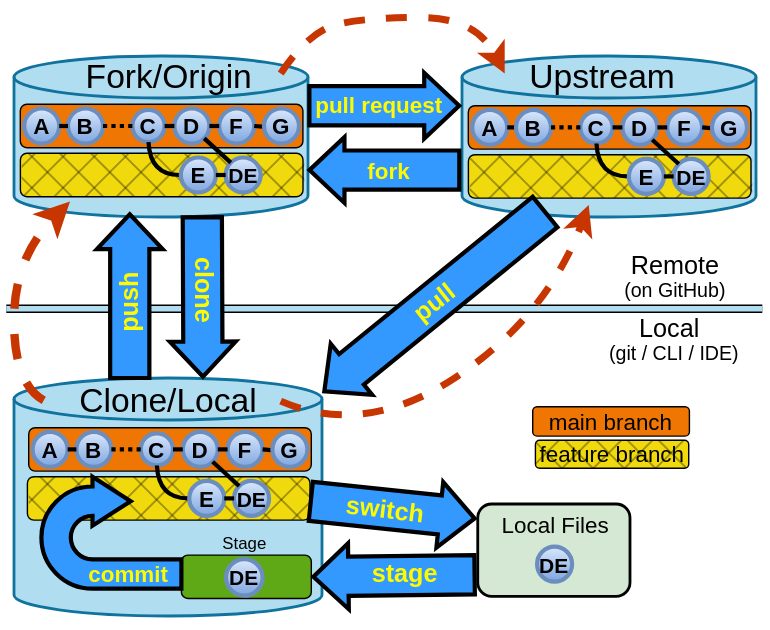
This is materials/images/BaseDiagram.svg from HFOSSedu/GitKit-Codespace, a draw.io export, as it was before one commit. Source tidied: cells renumbered, new cells last; positions are measured from the earlier drawing's top-left corner, leaving out a move shared by most shapes.
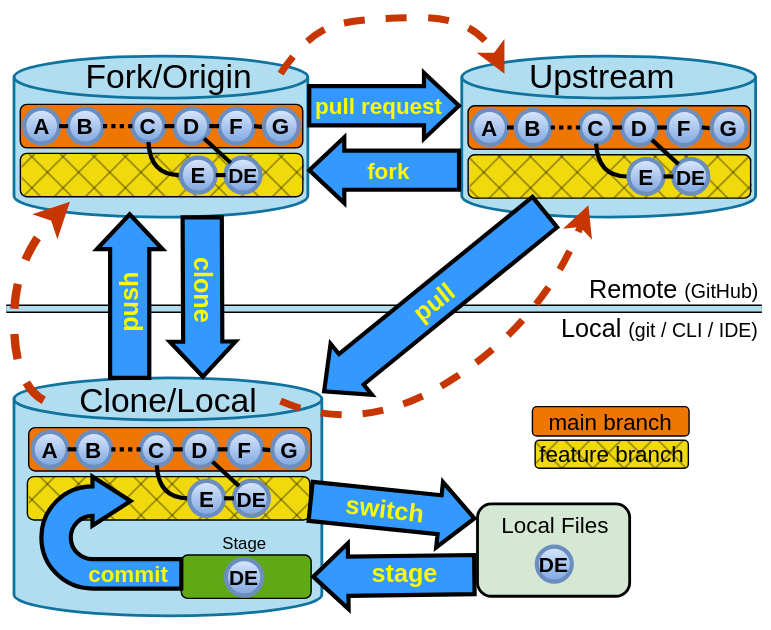
The same diagram one commit later.

Change to the diagram source:
```diff
@@ -410,23 +410,11 @@
     <mxCell id="112" value="feature branch" style="rounded=1;whiteSpace=wrap;html=1;labelBackgroundColor=none;labelBorderColor=none;fillColor=light-dark(#000000,#000000);fontColor=default;strokeColor=none;fillStyle=cross-hatch;opacity=90;fontSize=16;" parent="110" vertex="1">
       <mxGeometry width="110" height="20" as="geometry" />
     </mxCell>
-    <mxCell id="113" style="group;" parent="1" vertex="1">
-      <mxGeometry x="423.1" y="220" width="112.8" height="43" as="geometry" />
-    </mxCell>
-    <mxCell id="114" value="&lt;font style=&quot;font-size: 18px;&quot;&gt;Local&lt;/font&gt;" style="text;html=1;whiteSpace=wrap;strokeColor=none;fillColor=none;align=center;verticalAlign=top;rounded=0;fontSize=16;spacing=0;" parent="113" vertex="1">
-      <mxGeometry width="110" height="30" as="geometry" />
+    <mxCell id="114" value="&lt;font style=&quot;font-size: 18px;&quot;&gt;Local &lt;/font&gt;&lt;font style=&quot;font-size: 14px;&quot;&gt;(git / CLI / IDE)&lt;/font&gt;" style="text;strokeColor=none;fillColor=none;align=left;verticalAlign=top;rounded=0;fontSize=16;spacing=0;html=1;" parent="1" vertex="1">
+      <mxGeometry x="401" y="219.5" width="150" height="30" as="geometry" />
     </mxCell>
-    <mxCell id="115" value="&lt;font style=&quot;font-size: 14px;&quot;&gt;(git / CLI / IDE)&lt;/font&gt;" style="text;whiteSpace=wrap;html=1;verticalAlign=bottom;" parent="113" vertex="1">
-      <mxGeometry x="9.9" y="3" width="102.9" height="40" as="geometry" />
-    </mxCell>
-    <mxCell id="116" style="group;" parent="1" vertex="1">
-      <mxGeometry x="437.1" y="175" width="90" height="47" as="geometry" />
-    </mxCell>
-    <mxCell id="117" value="&lt;font style=&quot;font-size: 18px;&quot;&gt;Remote&lt;/font&gt;" style="text;html=1;whiteSpace=wrap;strokeColor=none;fillColor=none;align=center;verticalAlign=top;rounded=0;fontSize=16;spacing=0;" parent="116" vertex="1">
-      <mxGeometry width="90" height="30" as="geometry" />
+    <mxCell id="117" value="&lt;font style=&quot;font-size: 18px;&quot;&gt;Remote &lt;/font&gt;&lt;font style=&quot;font-size: 14px;&quot;&gt;(GitHub)&lt;/font&gt;" style="text;html=1;strokeColor=none;fillColor=none;align=left;verticalAlign=bottom;rounded=0;fontSize=16;spacing=0;" parent="1" vertex="1">
+      <mxGeometry x="421.1" y="185.5" width="116.8" height="33" as="geometry" />
     </mxCell>
-    <mxCell id="118" value="&lt;font style=&quot;font-size: 14px;&quot;&gt;(on GitHub)&lt;/font&gt;" style="text;html=1;whiteSpace=wrap;strokeColor=none;fillColor=none;align=center;verticalAlign=middle;rounded=0;" parent="116" vertex="1">
-      <mxGeometry y="17" width="90" height="30" as="geometry" />
-    </mxCell>
   </root>
 </mxGraphModel>
```
